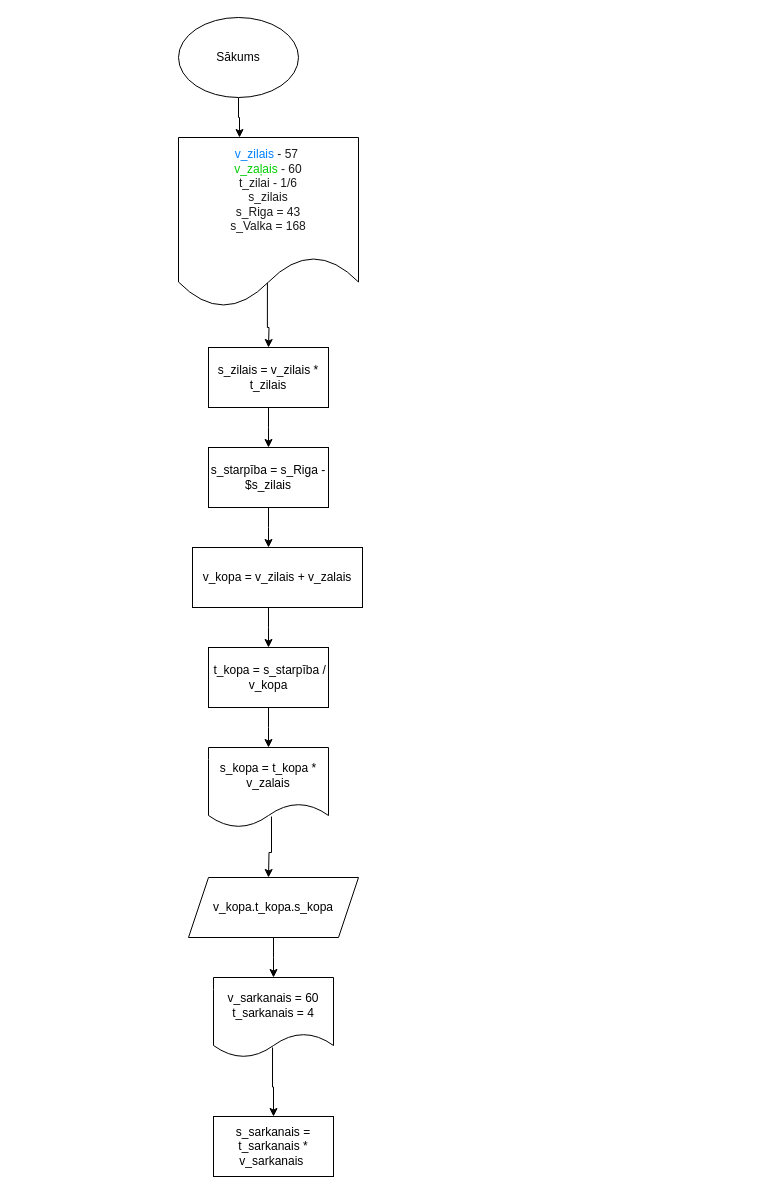
Above: Diagramma bez nosaukuma.drawio in Selgascepums/Skola (draw.io), before the change. Source tidied: cells renumbered, new cells numbered last; positions are measured from the earlier drawing's top-left corner, leaving out a move shared by most shapes. Both pictures are drawn from the tidied source at 100%, with x=0, y=0 at pixel (178, 17).
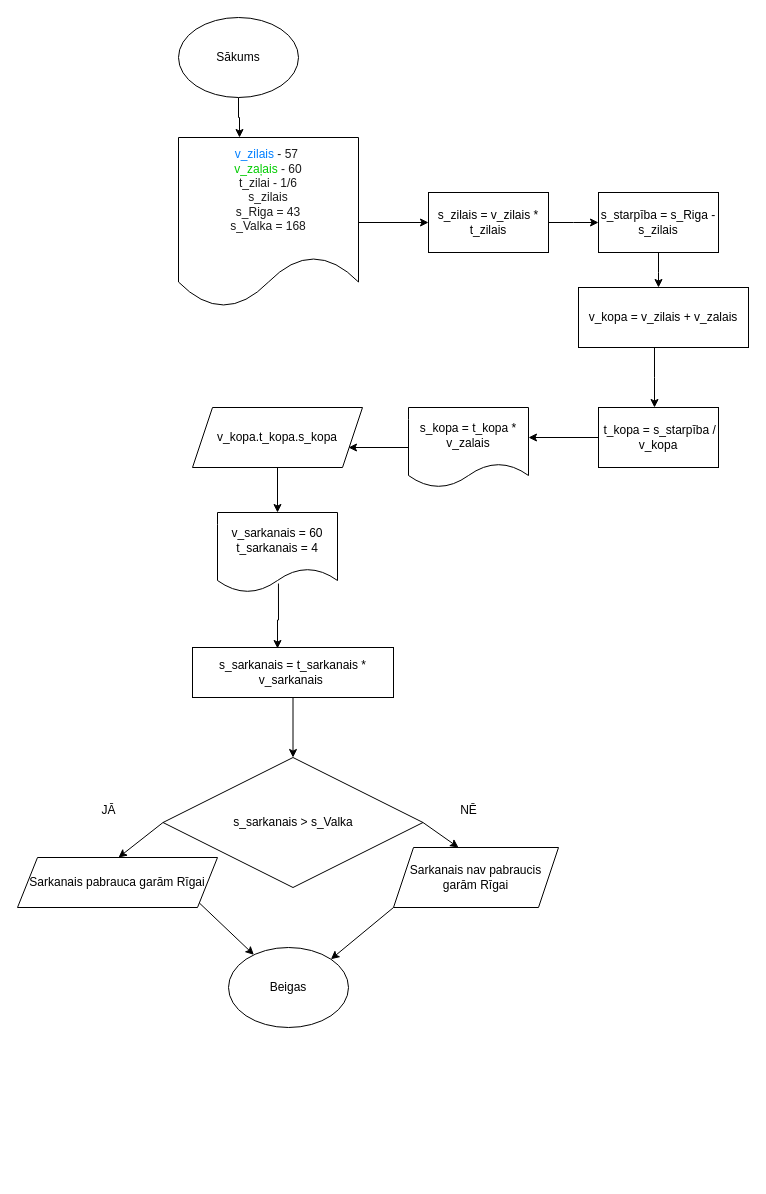
The same diagram, later.

The change refers to these unchanged cells:
```xml
<mxCell id="5" value="&lt;font color=&quot;#007fff&quot;&gt;v_zilais&amp;nbsp;&lt;/font&gt;&lt;font color=&quot;#1a1a1a&quot;&gt;- 57&amp;nbsp;&lt;/font&gt;&lt;div&gt;&lt;font color=&quot;#00cc00&quot;&gt;v_zaļais&amp;nbsp;&lt;/font&gt;&lt;font color=&quot;#1a1a1a&quot;&gt;- 60&lt;/font&gt;&lt;/div&gt;&lt;div&gt;&lt;span style=&quot;color: rgb(26, 26, 26); background-color: initial;&quot;&gt;t_zilai - 1/6&lt;/span&gt;&lt;br&gt;&lt;/div&gt;&lt;div&gt;&lt;font color=&quot;#1a1a1a&quot;&gt;s_zilais&lt;/font&gt;&lt;/div&gt;&lt;div&gt;&lt;font color=&quot;#1a1a1a&quot;&gt;s_Riga = 43&lt;/font&gt;&lt;/div&gt;&lt;div&gt;&lt;font color=&quot;#1a1a1a&quot;&gt;s_Valka = 168&lt;/font&gt;&lt;/div&gt;&lt;div&gt;&lt;br&gt;&lt;/div&gt;" style="shape=document;whiteSpace=wrap;html=1;boundedLbl=1;" parent="1" vertex="1">
  <mxGeometry y="120" width="180" height="170" as="geometry" />
</mxCell>
```

Diff of the diagram source:
```diff
@@
-    <mxCell id="4" style="edgeStyle=orthogonalEdgeStyle;rounded=0;jettySize=auto;html=1;exitX=0.494;exitY=0.841;exitDx=0;exitDy=0;exitPerimeter=0;" parent="1" edge="1" source="5">
-      <mxGeometry relative="1" as="geometry">
-        <mxPoint x="90" y="330" as="targetPoint" />
-      </mxGeometry>
-    </mxCell>
+    <mxCell id="21" style="edgeStyle=orthogonalEdgeStyle;rounded=0;jettySize=auto;html=1;entryX=0;entryY=0.5;entryDx=0;entryDy=0;" parent="1" edge="1" source="5" target="15">
+      <mxGeometry relative="1" as="geometry" />
+    </mxCell>
@@
     <mxCell id="6" style="edgeStyle=orthogonalEdgeStyle;rounded=0;jettySize=auto;html=1;exitX=0.447;exitY=1;exitDx=0;exitDy=0;exitPerimeter=0;" parent="1" edge="1" source="7">
       <mxGeometry relative="1" as="geometry">
-        <mxPoint x="90" y="630" as="targetPoint" />
+        <mxPoint x="476" y="390" as="targetPoint" />
       </mxGeometry>
     </mxCell>
     <mxCell id="7" value="v_kopa = v_zilais + v_zalais" style="rounded=0;whiteSpace=wrap;html=1;" parent="1" vertex="1">
-      <mxGeometry x="14" y="530" width="170" height="60" as="geometry" />
+      <mxGeometry x="400" y="270" width="170" height="60" as="geometry" />
     </mxCell>
-    <mxCell id="8" style="edgeStyle=orthogonalEdgeStyle;rounded=0;jettySize=auto;html=1;exitX=0.525;exitY=0.863;exitDx=0;exitDy=0;exitPerimeter=0;" parent="1" edge="1" source="9">
-      <mxGeometry relative="1" as="geometry">
-        <mxPoint x="90" y="860" as="targetPoint" />
-      </mxGeometry>
-    </mxCell>
+    <mxCell id="22" style="edgeStyle=orthogonalEdgeStyle;rounded=0;jettySize=auto;html=1;" parent="1" edge="1" source="9">
+      <mxGeometry relative="1" as="geometry">
+        <mxPoint x="170" y="430" as="targetPoint" />
+      </mxGeometry>
+    </mxCell>
     <mxCell id="9" value="s_kopa = t_kopa * v_zalais" style="shape=document;whiteSpace=wrap;html=1;boundedLbl=1;" parent="1" vertex="1">
-      <mxGeometry x="30" y="730" width="120" height="80" as="geometry" />
+      <mxGeometry x="230" y="390" width="120" height="80" as="geometry" />
     </mxCell>
     <mxCell id="10" style="edgeStyle=orthogonalEdgeStyle;rounded=0;jettySize=auto;html=1;" parent="1" edge="1" source="11">
       <mxGeometry relative="1" as="geometry">
-        <mxPoint x="90" y="730" as="targetPoint" />
+        <mxPoint x="350" y="420" as="targetPoint" />
       </mxGeometry>
     </mxCell>
     <mxCell id="11" value="&amp;nbsp;t_kopa = s_starpība / v_kopa" style="rounded=0;whiteSpace=wrap;html=1;" parent="1" vertex="1">
-      <mxGeometry x="30" y="630" width="120" height="60" as="geometry" />
+      <mxGeometry x="420" y="390" width="120" height="60" as="geometry" />
     </mxCell>
-    <mxCell id="12" style="edgeStyle=orthogonalEdgeStyle;rounded=0;jettySize=auto;html=1;" parent="1" edge="1" source="13">
-      <mxGeometry relative="1" as="geometry">
-        <mxPoint x="90" y="530" as="targetPoint" />
-      </mxGeometry>
-    </mxCell>
+    <mxCell id="23" style="edgeStyle=orthogonalEdgeStyle;rounded=0;jettySize=auto;html=1;" parent="1" edge="1" source="13">
+      <mxGeometry relative="1" as="geometry">
+        <mxPoint x="480" y="270" as="targetPoint" />
+      </mxGeometry>
+    </mxCell>
-    <mxCell id="13" value="s_starpība = s_Riga - $s_zilais" style="rounded=0;whiteSpace=wrap;html=1;" parent="1" vertex="1">
-      <mxGeometry x="30" y="430" width="120" height="60" as="geometry" />
+    <mxCell id="13" value="s_starpība = s_Riga - s_zilais" style="rounded=0;whiteSpace=wrap;html=1;" parent="1" vertex="1">
+      <mxGeometry x="420" y="175" width="120" height="60" as="geometry" />
     </mxCell>
     <mxCell id="14" style="edgeStyle=orthogonalEdgeStyle;rounded=0;jettySize=auto;html=1;" parent="1" edge="1" source="15">
       <mxGeometry relative="1" as="geometry">
-        <mxPoint x="90" y="430" as="targetPoint" />
+        <mxPoint x="420" y="205" as="targetPoint" />
       </mxGeometry>
     </mxCell>
     <mxCell id="15" value="s_zilais = v_zilais * t_zilais" style="rounded=0;whiteSpace=wrap;html=1;" parent="1" vertex="1">
-      <mxGeometry x="30" y="330" width="120" height="60" as="geometry" />
+      <mxGeometry x="250" y="175" width="120" height="60" as="geometry" />
     </mxCell>
-    <mxCell id="16" style="edgeStyle=orthogonalEdgeStyle;rounded=0;jettySize=auto;html=1;" parent="1" edge="1" source="17">
-      <mxGeometry relative="1" as="geometry">
-        <mxPoint x="95" y="960" as="targetPoint" />
-      </mxGeometry>
-    </mxCell>
+    <mxCell id="24" style="edgeStyle=orthogonalEdgeStyle;rounded=0;jettySize=auto;html=1;entryX=0.5;entryY=0;entryDx=0;entryDy=0;" parent="1" edge="1" source="17" target="19">
+      <mxGeometry relative="1" as="geometry" />
+    </mxCell>
     <mxCell id="17" value="v_kopa.t_kopa.s_kopa" style="shape=parallelogram;perimeter=parallelogramPerimeter;whiteSpace=wrap;html=1;fixedSize=1;" parent="1" vertex="1">
-      <mxGeometry x="10" y="860" width="170" height="60" as="geometry" />
+      <mxGeometry x="14" y="390" width="170" height="60" as="geometry" />
     </mxCell>
+    <mxCell id="19" value="v_sarkanais = 60&lt;div&gt;t_sarkanais = 4&lt;/div&gt;" style="shape=document;whiteSpace=wrap;html=1;boundedLbl=1;" parent="1" vertex="1">
+      <mxGeometry x="39" y="495" width="120" height="80" as="geometry" />
+    </mxCell>
+    <mxCell id="25" style="edgeStyle=orthogonalEdgeStyle;rounded=0;jettySize=auto;html=1;" parent="1" edge="1" source="20" target="26">
+      <mxGeometry relative="1" as="geometry" />
+    </mxCell>
+    <mxCell id="20" value="s_sarkanais = t_sarkanais * v_sarkanais&amp;nbsp;" style="rounded=0;whiteSpace=wrap;html=1;" parent="1" vertex="1">
+      <mxGeometry x="14" y="630" width="201" height="50" as="geometry" />
+    </mxCell>
-    <mxCell id="18" style="edgeStyle=orthogonalEdgeStyle;rounded=0;jettySize=auto;html=1;exitX=0.492;exitY=0.875;exitDx=0;exitDy=0;exitPerimeter=0;" parent="1" edge="1" source="19" target="20">
+    <mxCell id="18" style="edgeStyle=orthogonalEdgeStyle;rounded=0;jettySize=auto;html=1;entryX=0.423;entryY=0.02;entryDx=0;entryDy=0;entryPerimeter=0;exitX=0.508;exitY=0.888;exitDx=0;exitDy=0;exitPerimeter=0;" parent="1" edge="1" source="19" target="20">
       <mxGeometry relative="1" as="geometry" />
     </mxCell>
-    <mxCell id="19" value="v_sarkanais = 60&lt;div&gt;t_sarkanais = 4&lt;/div&gt;" style="shape=document;whiteSpace=wrap;html=1;boundedLbl=1;" parent="1" vertex="1">
-      <mxGeometry x="35" y="960" width="120" height="80" as="geometry" />
-    </mxCell>
-    <mxCell id="20" value="s_sarkanais = t_sarkanais * v_sarkanais&amp;nbsp;" style="rounded=0;whiteSpace=wrap;html=1;" parent="1" vertex="1">
-      <mxGeometry x="35" y="1099" width="120" height="60" as="geometry" />
-    </mxCell>
+    <mxCell id="26" value="s_sarkanais &amp;gt; s_Valka" style="rhombus;whiteSpace=wrap;html=1;" parent="1" vertex="1">
+      <mxGeometry x="-15.5" y="740" width="260" height="130" as="geometry" />
+    </mxCell>
+    <mxCell id="27" style="endArrow=classic;html=1;rounded=0;exitX=0;exitY=0.5;exitDx=0;exitDy=0;" parent="1" edge="1" source="26">
+      <mxGeometry relative="1" as="geometry">
+        <mxPoint x="-60" y="840" as="targetPoint" />
+      </mxGeometry>
+    </mxCell>
+    <mxCell id="28" style="endArrow=classic;html=1;rounded=0;exitX=1;exitY=0.5;exitDx=0;exitDy=0;" parent="1" edge="1" source="26">
+      <mxGeometry relative="1" as="geometry">
+        <mxPoint x="280" y="830" as="targetPoint" />
+      </mxGeometry>
+    </mxCell>
+    <mxCell id="29" value="JĀ" style="text;html=1;align=center;verticalAlign=middle;strokeColor=none;fillColor=none;" parent="1" vertex="1">
+      <mxGeometry x="-90" y="778" width="40" height="30" as="geometry" />
+    </mxCell>
+    <mxCell id="30" value="NĒ" style="text;html=1;align=center;verticalAlign=middle;strokeColor=none;fillColor=none;" parent="1" vertex="1">
+      <mxGeometry x="270" y="778" width="40" height="30" as="geometry" />
+    </mxCell>
+    <mxCell id="31" value="Sarkanais pabrauca garām Rīgai" style="shape=parallelogram;perimeter=parallelogramPerimeter;whiteSpace=wrap;html=1;fixedSize=1;" parent="1" vertex="1">
+      <mxGeometry x="-161" y="840" width="200" height="50" as="geometry" />
+    </mxCell>
+    <mxCell id="32" value="Sarkanais nav pabraucis garām Rīgai" style="shape=parallelogram;perimeter=parallelogramPerimeter;whiteSpace=wrap;html=1;fixedSize=1;" parent="1" vertex="1">
+      <mxGeometry x="215" y="830" width="165" height="60" as="geometry" />
+    </mxCell>
+    <mxCell id="33" value="Beigas" style="ellipse;whiteSpace=wrap;html=1;" parent="1" vertex="1">
+      <mxGeometry x="50" y="930" width="120" height="80" as="geometry" />
+    </mxCell>
+    <mxCell id="34" style="endArrow=classic;html=1;rounded=0;exitX=1;exitY=1;exitDx=0;exitDy=0;" parent="1" edge="1" source="31" target="33">
+      <mxGeometry relative="1" as="geometry" />
+    </mxCell>
+    <mxCell id="35" style="endArrow=classic;html=1;rounded=0;exitX=0;exitY=1;exitDx=0;exitDy=0;entryX=1;entryY=0;entryDx=0;entryDy=0;" parent="1" edge="1" source="32" target="33">
+      <mxGeometry relative="1" as="geometry" />
+    </mxCell>
```
